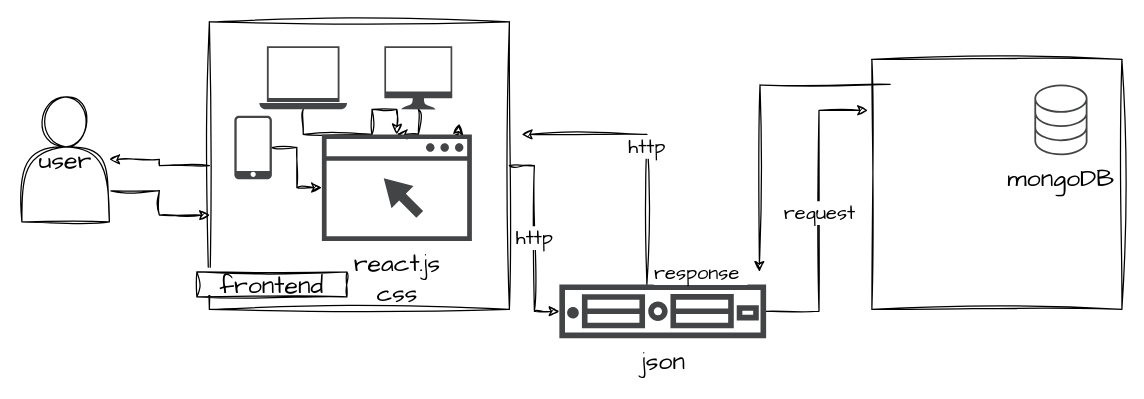
Earlier version of the draw.io diagram Untitled Diagram.drawio (Tinachint/on-demandHomeServices). Source tidied: cells renumbered, new cells numbered last; positions are measured from the earlier drawing's top-left corner, leaving out a move shared by most shapes. Both pictures are drawn from the tidied source at 125%, with x=0, y=0 at pixel (21, 21).
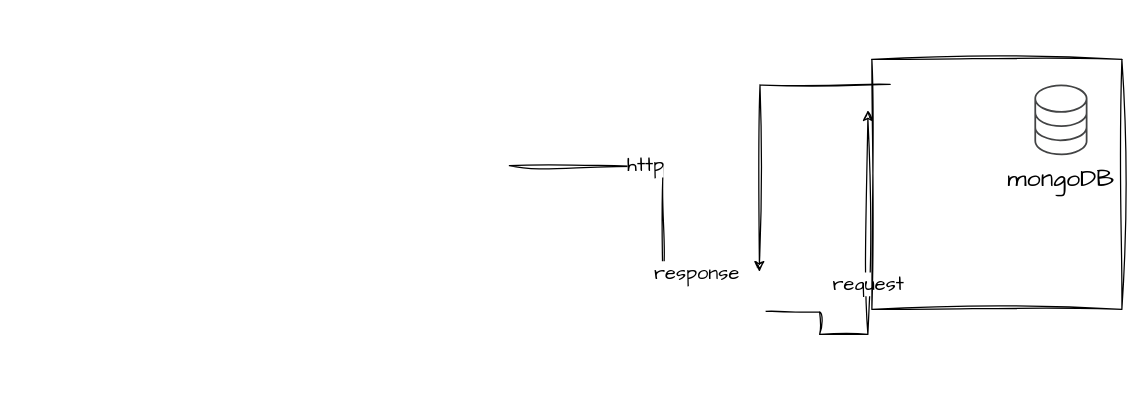
After the change.

The change refers to these unchanged cells:
```xml
<mxCell id="21" style="swimlane;startSize=0;sketch=1;hachureGap=4;jiggle=2;curveFitting=1;fontFamily=Architects Daughter;fontSize=20;" parent="1" vertex="1">
  <mxGeometry x="680" y="30" width="200" height="200" as="geometry" />
</mxCell>
```

Diff of the diagram source:
```diff
@@
-    <mxCell id="3" style="edgeStyle=orthogonalEdgeStyle;rounded=0;sketch=1;hachureGap=4;jiggle=2;curveFitting=1;jettySize=auto;html=1;exitX=1;exitY=0.75;exitDx=0;exitDy=0;entryX=0.002;entryY=0.672;entryDx=0;entryDy=0;entryPerimeter=0;fontFamily=Architects Daughter;fontSize=16;" parent="1" edge="1" source="4" target="7">
-      <mxGeometry relative="1" as="geometry" />
-    </mxCell>
-    <mxCell id="4" value="user" style="shape=actor;whiteSpace=wrap;html=1;sketch=1;hachureGap=4;jiggle=2;curveFitting=1;fontFamily=Architects Daughter;fontSize=20;" parent="1" vertex="1">
-      <mxGeometry y="60" width="70" height="100" as="geometry" />
-    </mxCell>
-    <mxCell id="5" style="edgeStyle=orthogonalEdgeStyle;rounded=0;sketch=1;hachureGap=4;jiggle=2;curveFitting=1;jettySize=auto;html=1;fontFamily=Architects Daughter;fontSize=16;" parent="1" edge="1" source="7" target="4">
-      <mxGeometry relative="1" as="geometry" />
-    </mxCell>
-    <mxCell id="6" value="http" style="edgeStyle=orthogonalEdgeStyle;rounded=0;sketch=1;hachureGap=4;jiggle=2;curveFitting=1;jettySize=auto;html=1;fontFamily=Architects Daughter;fontSize=16;" parent="1" edge="1" source="7" target="19">
-      <mxGeometry relative="1" as="geometry" />
+    <mxCell id="6" value="http" style="edgeStyle=orthogonalEdgeStyle;rounded=0;sketch=1;hachureGap=4;jiggle=2;curveFitting=1;orthogonalLoop=1;jettySize=auto;html=1;fontFamily=Architects Daughter;fontSize=16;" parent="1" edge="1">
+      <mxGeometry relative="1" as="geometry">
+        <mxPoint x="390" y="115" as="sourcePoint" />
+        <mxPoint x="512.7" y="210" as="targetPoint" />
+      </mxGeometry>
     </mxCell>
-    <mxCell id="7" style="swimlane;startSize=0;sketch=1;hachureGap=4;jiggle=2;curveFitting=1;fontFamily=Architects Daughter;fontSize=17;" parent="1" vertex="1">
-      <mxGeometry x="150" width="240" height="230" as="geometry" />
-    </mxCell>
-    <mxCell id="8" style="edgeStyle=orthogonalEdgeStyle;rounded=0;sketch=1;hachureGap=4;jiggle=2;curveFitting=1;jettySize=auto;html=1;fontFamily=Architects Daughter;fontSize=16;" parent="7" edge="1" source="9" target="14">
-      <mxGeometry relative="1" as="geometry" />
-    </mxCell>
-    <mxCell id="9" style="sketch=0;shadow=0;dashed=0;html=1;strokeColor=none;fillColor=#434445;labelPosition=center;verticalLabelPosition=bottom;verticalAlign=top;align=center;outlineConnect=0;shape=mxgraph.vvd.laptop;hachureGap=4;jiggle=2;curveFitting=1;fontFamily=Architects Daughter;fontSize=20;" parent="7" vertex="1">
-      <mxGeometry x="40" y="19.5" width="70.1" height="50.5" as="geometry" />
-    </mxCell>
-    <mxCell id="10" style="edgeStyle=orthogonalEdgeStyle;rounded=0;sketch=1;hachureGap=4;jiggle=2;curveFitting=1;jettySize=auto;html=1;fontFamily=Architects Daughter;fontSize=16;" parent="7" edge="1" source="11" target="14">
-      <mxGeometry relative="1" as="geometry" />
-    </mxCell>
-    <mxCell id="11" style="sketch=0;shadow=0;dashed=0;html=1;strokeColor=none;fillColor=#434445;labelPosition=center;verticalLabelPosition=bottom;verticalAlign=top;align=center;outlineConnect=0;shape=mxgraph.vvd.monitor;hachureGap=4;jiggle=2;curveFitting=1;fontFamily=Architects Daughter;fontSize=20;" parent="7" vertex="1">
-      <mxGeometry x="140" y="19.5" width="54.3" height="50.5" as="geometry" />
-    </mxCell>
-    <mxCell id="12" style="edgeStyle=orthogonalEdgeStyle;rounded=0;sketch=1;hachureGap=4;jiggle=2;curveFitting=1;jettySize=auto;html=1;fontFamily=Architects Daughter;fontSize=16;" parent="7" edge="1" source="13" target="14">
-      <mxGeometry relative="1" as="geometry" />
-    </mxCell>
-    <mxCell id="13" style="sketch=0;shadow=0;dashed=0;html=1;strokeColor=none;fillColor=#434445;labelPosition=center;verticalLabelPosition=bottom;verticalAlign=top;align=center;outlineConnect=0;shape=mxgraph.vvd.phone;hachureGap=4;jiggle=2;curveFitting=1;fontFamily=Architects Daughter;fontSize=20;" parent="7" vertex="1">
-      <mxGeometry x="20" y="75" width="30" height="50.9" as="geometry" />
-    </mxCell>
-    <mxCell id="14" value="react.js&lt;br&gt;css" style="sketch=0;shadow=0;dashed=0;html=1;strokeColor=none;fillColor=#434445;labelPosition=center;verticalLabelPosition=bottom;verticalAlign=top;align=center;outlineConnect=0;shape=mxgraph.vvd.web_browser;hachureGap=4;jiggle=2;curveFitting=1;fontFamily=Architects Daughter;fontSize=20;" parent="7" vertex="1">
-      <mxGeometry x="90" y="90" width="120" height="85.2" as="geometry" />
-    </mxCell>
-    <mxCell id="15" style="edgeStyle=orthogonalEdgeStyle;rounded=0;sketch=1;hachureGap=4;jiggle=2;curveFitting=1;orthogonalLoop=1;jettySize=auto;html=1;fontFamily=Architects Daughter;fontSize=16;" parent="7" edge="1">
-      <mxGeometry relative="1" as="geometry">
-        <mxPoint x="197.3" y="90" as="sourcePoint" />
-        <mxPoint x="200" y="81.5" as="targetPoint" />
-        <Array as="points">
-          <mxPoint x="199" y="90" />
-        </Array>
-      </mxGeometry>
-    </mxCell>
-    <mxCell id="16" value="frontend" style="whiteSpace=wrap;html=1;sketch=1;hachureGap=4;jiggle=2;curveFitting=1;fontFamily=Architects Daughter;fontSize=20;" parent="1" vertex="1">
-      <mxGeometry x="140" y="200" width="120" height="20" as="geometry" />
-    </mxCell>
-    <mxCell id="17" value="request" style="edgeStyle=orthogonalEdgeStyle;rounded=0;sketch=1;hachureGap=4;jiggle=2;curveFitting=1;jettySize=auto;html=1;fontFamily=Architects Daughter;fontSize=16;entryX=-0.016;entryY=0.204;entryDx=0;entryDy=0;entryPerimeter=0;" parent="1" edge="1" source="19" target="21">
-      <mxGeometry relative="1" as="geometry" />
+    <mxCell id="17" value="request" style="edgeStyle=orthogonalEdgeStyle;rounded=0;sketch=1;hachureGap=4;jiggle=2;curveFitting=1;jettySize=auto;html=1;fontFamily=Architects Daughter;fontSize=16;entryX=-0.016;entryY=0.204;entryDx=0;entryDy=0;entryPerimeter=0;" parent="1" edge="1" target="21">
+      <mxGeometry relative="1" as="geometry">
+        <mxPoint x="595.4" y="231.5" as="sourcePoint" />
+      </mxGeometry>
     </mxCell>
-    <mxCell id="18" value="http" style="edgeStyle=orthogonalEdgeStyle;rounded=0;sketch=1;hachureGap=4;jiggle=2;curveFitting=1;jettySize=auto;html=1;fontFamily=Architects Daughter;fontSize=16;" parent="1" edge="1" source="19">
-      <mxGeometry relative="1" as="geometry">
-        <mxPoint x="400" y="90" as="targetPoint" />
-        <Array as="points">
-          <mxPoint x="500" y="90" />
-        </Array>
-      </mxGeometry>
-    </mxCell>
-    <mxCell id="19" value="json" style="sketch=0;shadow=0;dashed=0;html=1;strokeColor=none;fillColor=#434445;labelPosition=center;verticalLabelPosition=bottom;verticalAlign=top;align=center;outlineConnect=0;shape=mxgraph.vvd.server;hachureGap=4;jiggle=2;curveFitting=1;fontFamily=Architects Daughter;fontSize=20;" parent="1" vertex="1">
-      <mxGeometry x="430" y="210" width="165.4" height="43" as="geometry" />
-    </mxCell>
```
